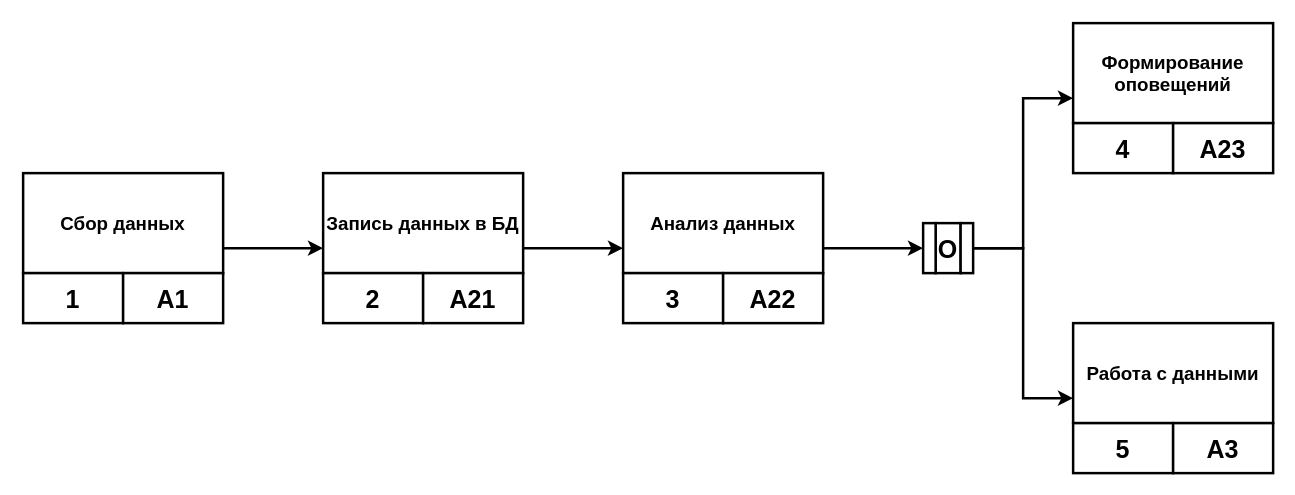
This is page "IDEF3" (1 of 6) of ТРПОиОК, л.р. 3, IDEF0.drawio from Cyber-Limon/Software_development_technology_and_quality_assessment___Lab_3, a draw.io file, before an edit. Source tidied: cells renumbered, new cells numbered last; positions are measured from the earlier drawing's top-left corner, leaving out a move shared by most shapes. Both pictures are drawn from the tidied source at 125%, with x=0, y=0 at pixel (22, 22).
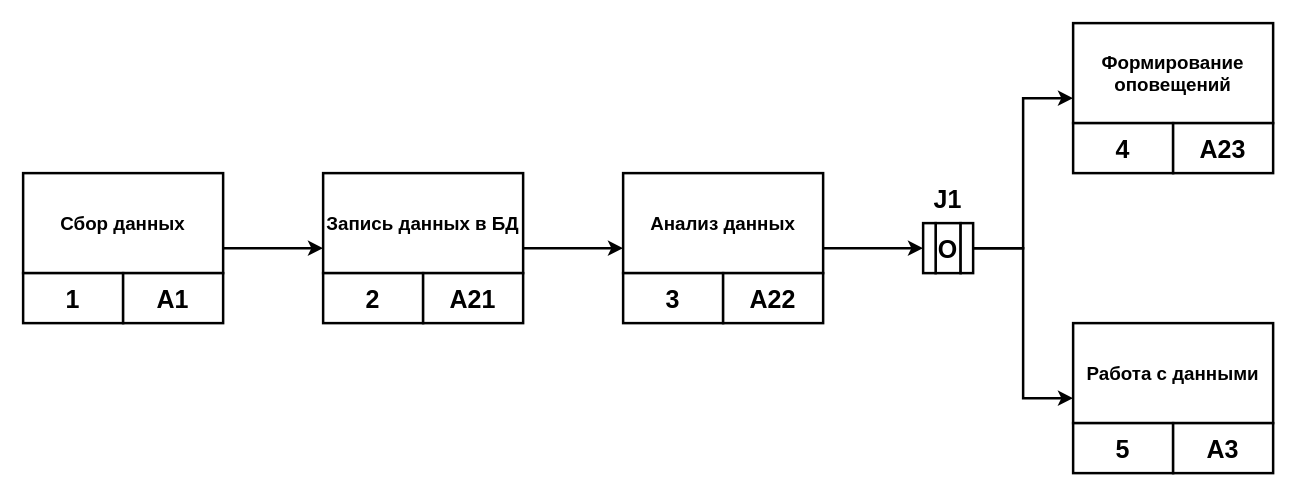
The same page after the edit.

What changed in the source:
```diff
@@
+    <mxCell id="31" value="&lt;b&gt;&lt;font&gt;J1&lt;/font&gt;&lt;/b&gt;" style="text;html=1;whiteSpace=wrap;strokeColor=none;fillColor=none;align=center;verticalAlign=middle;rounded=0;fontSize=20;" parent="1" vertex="1">
+      <mxGeometry x="720" y="120" width="40" height="40" as="geometry" />
+    </mxCell>
```
